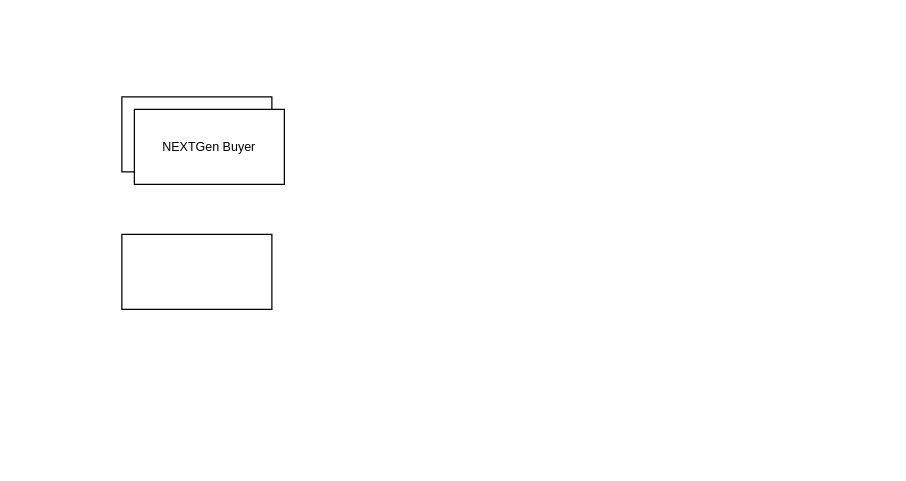
Before: catalog.drawio in huangshijie/Drawio, a draw.io diagram. Source tidied: cells renumbered, new cells numbered last; positions are measured from the earlier drawing's top-left corner, leaving out a move shared by most shapes. Both pictures are drawn from the tidied source at 125%, with x=0, y=0 at pixel (121, 96).
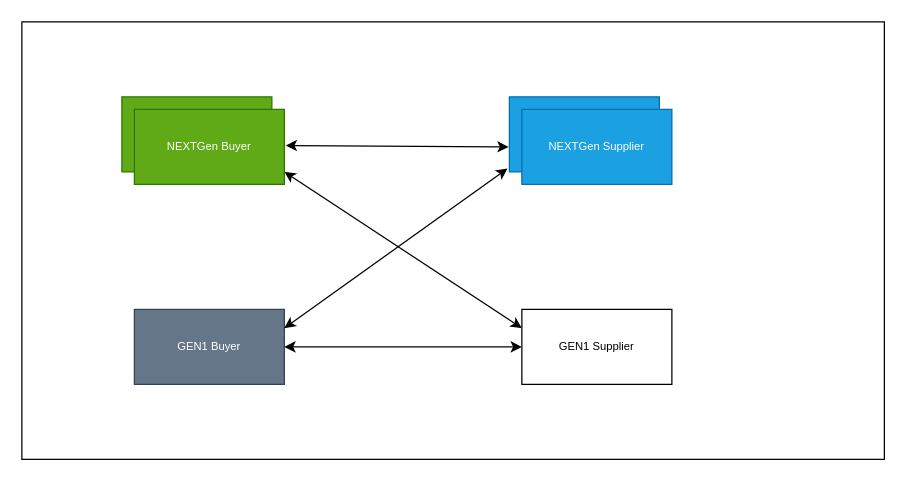
Above is the later version.

What changed in the source:
```diff
@@
 <mxGraphModel>
   <root>
     <mxCell id="0" />
     <mxCell id="1" parent="0" />
+    <mxCell id="5" style="rounded=0;whiteSpace=wrap;html=1;" parent="1" vertex="1">
+      <mxGeometry x="-80" y="-60" width="690" height="350" as="geometry" />
+    </mxCell>
-    <mxCell id="2" style="rounded=0;whiteSpace=wrap;html=1;" parent="1" vertex="1">
+    <mxCell id="2" style="rounded=0;whiteSpace=wrap;html=1;fontSize=9;fillColor=#60a917;fontColor=#ffffff;strokeColor=#2D7600;" parent="1" vertex="1">
       <mxGeometry width="120" height="60" as="geometry" />
     </mxCell>
-    <mxCell id="3" value="&lt;font style=&quot;font-size: 10px;&quot;&gt;NEXTGen Buyer&lt;/font&gt;" style="rounded=0;whiteSpace=wrap;html=1;" parent="1" vertex="1">
+    <mxCell id="3" value="&lt;font&gt;NEXTGen Buyer&lt;/font&gt;" style="rounded=0;whiteSpace=wrap;html=1;fontSize=9;fillColor=#60a917;fontColor=#ffffff;strokeColor=#2D7600;" parent="1" vertex="1">
       <mxGeometry x="10" y="10" width="120" height="60" as="geometry" />
     </mxCell>
-    <mxCell id="4" style="rounded=0;whiteSpace=wrap;html=1;" parent="1" vertex="1">
-      <mxGeometry y="110" width="120" height="60" as="geometry" />
+    <mxCell id="4" value="GEN1 Buyer" style="rounded=0;whiteSpace=wrap;html=1;fontSize=9;fillColor=#647687;fontColor=#ffffff;strokeColor=#314354;" parent="1" vertex="1">
+      <mxGeometry x="10" y="170" width="120" height="60" as="geometry" />
     </mxCell>
+    <mxCell id="6" style="rounded=0;whiteSpace=wrap;html=1;fontSize=9;fillColor=#1ba1e2;fontColor=#ffffff;strokeColor=#006EAF;" parent="1" vertex="1">
+      <mxGeometry x="310" width="120" height="60" as="geometry" />
+    </mxCell>
+    <mxCell id="7" value="NEXTGen Supplier" style="rounded=0;whiteSpace=wrap;html=1;fontSize=9;fillColor=#1ba1e2;fontColor=#ffffff;strokeColor=#006EAF;" parent="1" vertex="1">
+      <mxGeometry x="320" y="10" width="120" height="60" as="geometry" />
+    </mxCell>
+    <mxCell id="8" value="GEN1 Supplier" style="rounded=0;whiteSpace=wrap;html=1;fontSize=9;" parent="1" vertex="1">
+      <mxGeometry x="320" y="170" width="120" height="60" as="geometry" />
+    </mxCell>
+    <mxCell id="9" style="endArrow=classic;startArrow=classic;html=1;rounded=0;exitX=1.009;exitY=0.481;exitDx=0;exitDy=0;fontSize=9;exitPerimeter=0;entryX=-0.005;entryY=0.667;entryDx=0;entryDy=0;entryPerimeter=0;" parent="1" edge="1" source="3" target="6">
+      <mxGeometry relative="1" as="geometry" />
+    </mxCell>
+    <mxCell id="10" style="endArrow=classic;startArrow=classic;html=1;rounded=0;exitX=1;exitY=0.5;exitDx=0;exitDy=0;fontSize=9;entryX=0;entryY=0.5;entryDx=0;entryDy=0;" parent="1" edge="1" source="4" target="8">
+      <mxGeometry relative="1" as="geometry" />
+    </mxCell>
+    <mxCell id="11" style="endArrow=classic;startArrow=classic;html=1;rounded=0;fontSize=9;entryX=-0.013;entryY=0.956;entryDx=0;entryDy=0;entryPerimeter=0;exitX=1;exitY=0.25;exitDx=0;exitDy=0;" parent="1" edge="1" source="4" target="6">
+      <mxGeometry relative="1" as="geometry" />
+    </mxCell>
+    <mxCell id="12" style="endArrow=classic;startArrow=classic;html=1;rounded=0;fontSize=9;exitX=1;exitY=0.833;exitDx=0;exitDy=0;exitPerimeter=0;entryX=0;entryY=0.25;entryDx=0;entryDy=0;" parent="1" edge="1" source="3" target="8">
+      <mxGeometry relative="1" as="geometry" />
+    </mxCell>
   </root>
 </mxGraphModel>
```
